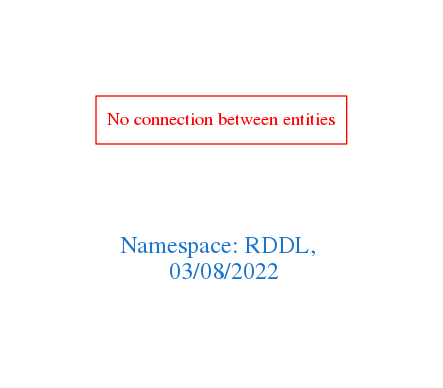
Above: downloads/RDDL.png in arago/OGIT (Graphviz), before the change. Its source is kept beside it as downloads/RDDL.dot.
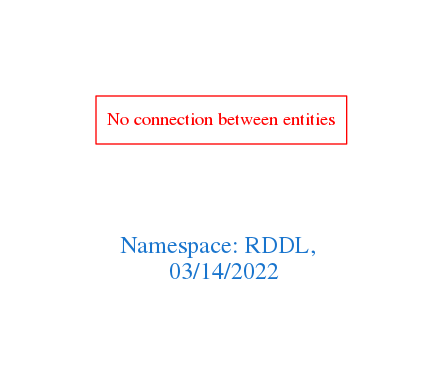
Later version of the same file.

Change to the diagram source:
```diff
@@ -1,7 +1,7 @@
 digraph OGIT_ontology {
  graph [ rankdir= LR,pad=1
 fontsize = 18,
-fontcolor= dodgerblue3,label = "\n\n\nNamespace: RDDL, \n 03/08/2022"];
+fontcolor= dodgerblue3,label = "\n\n\nNamespace: RDDL, \n 03/14/2022"];
 node[shape=polygon];
 edge [  color="gray81"];
 
```
